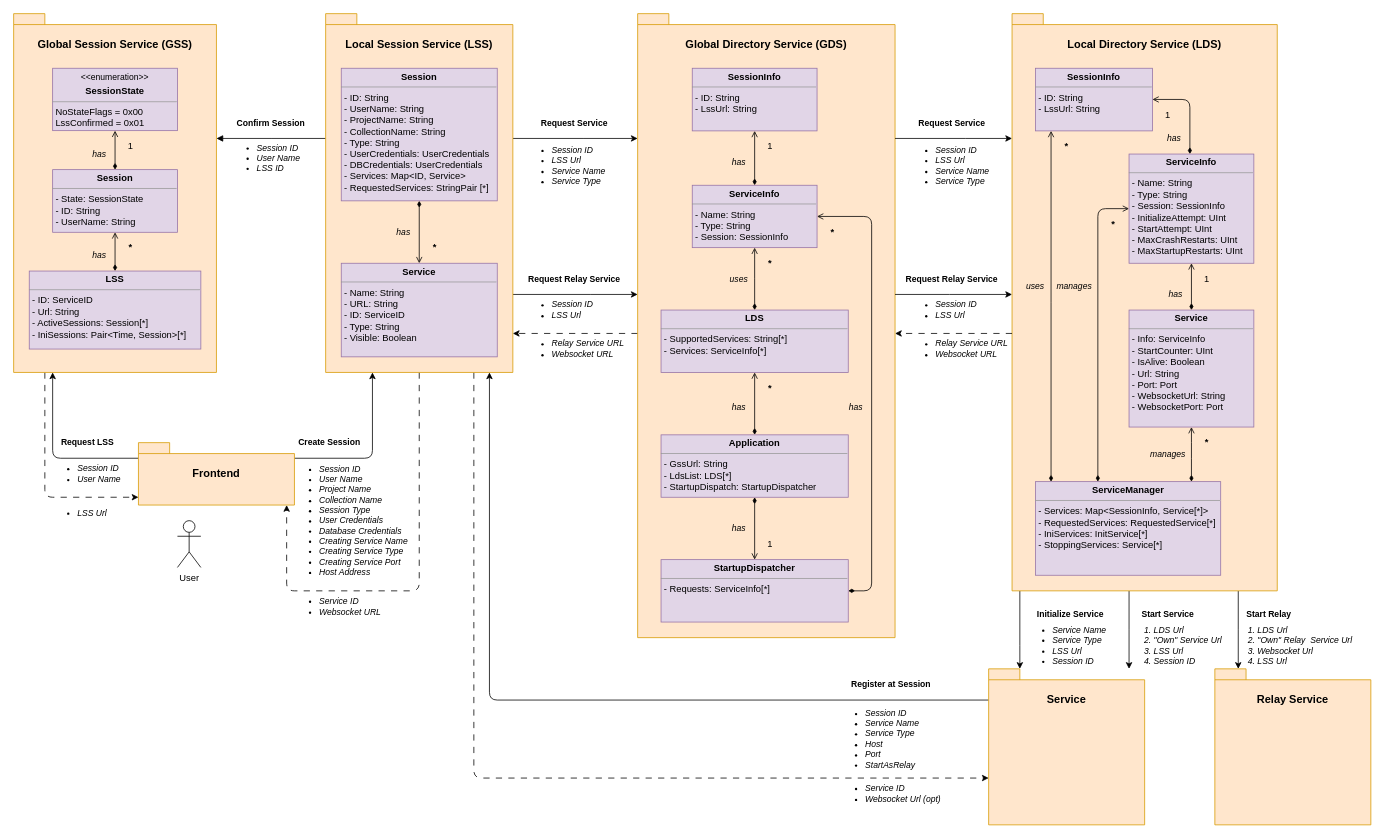
This is Documentation/Developer/general_concepts/images/ServiceInfromationOverview.drawio from OT-OpenTwin/OpenTwin, a draw.io file, before an edit. Source tidied: cells renumbered, new cells numbered last; positions are measured from the earlier drawing's top-left corner, leaving out a move shared by most shapes. Both pictures are drawn from the tidied source at 78%, with x=0, y=0 at pixel (13, 13).
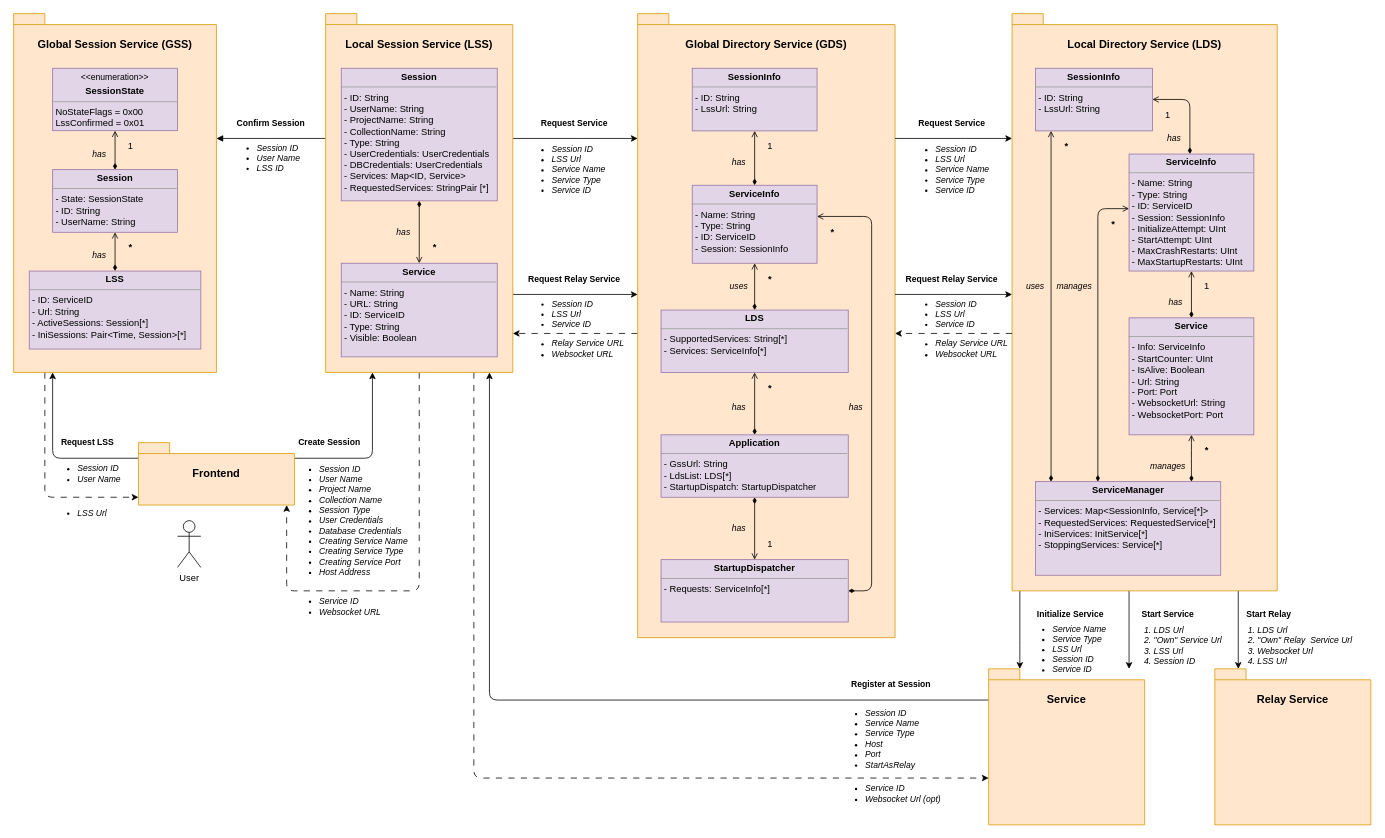
Above is the later version.

The change refers to these unchanged cells:
```xml
<mxCell id="16" value="&lt;h3&gt;Local Directory Service (LDS)&lt;/h3&gt;" style="shape=folder;fontStyle=1;spacingTop=10;tabWidth=40;tabHeight=14;tabPosition=left;html=1;whiteSpace=wrap;fillColor=#ffe6cc;strokeColor=#d79b00;align=center;verticalAlign=top;" parent="1" vertex="1">
  <mxGeometry x="1280" width="340" height="740" as="geometry" />
</mxCell>
<mxCell id="48" value="&lt;h3&gt;Global Directory Service (GDS)&lt;/h3&gt;" style="shape=folder;fontStyle=1;spacingTop=10;tabWidth=40;tabHeight=14;tabPosition=left;html=1;whiteSpace=wrap;fillColor=#ffe6cc;strokeColor=#d79b00;align=center;verticalAlign=top;" parent="1" vertex="1">
  <mxGeometry x="800" width="330" height="800" as="geometry" />
</mxCell>
```

Change to the diagram source:
```diff
@@
     <mxCell id="22" value="&lt;p style=&quot;margin:0px;margin-top:4px;text-align:center;&quot;&gt;&lt;b&gt;Service&lt;/b&gt;&lt;/p&gt;&lt;hr size=&quot;1&quot;&gt;&lt;p style=&quot;margin:0px;margin-left:4px;&quot;&gt;- Info: ServiceInfo&lt;/p&gt;&lt;p style=&quot;margin:0px;margin-left:4px;&quot;&gt;- StartCounter: UInt&lt;/p&gt;&lt;p style=&quot;margin:0px;margin-left:4px;&quot;&gt;- IsAlive: Boolean&lt;/p&gt;&lt;p style=&quot;margin:0px;margin-left:4px;&quot;&gt;- Url: String&lt;/p&gt;&lt;p style=&quot;margin:0px;margin-left:4px;&quot;&gt;- Port: Port&lt;/p&gt;&lt;p style=&quot;margin:0px;margin-left:4px;&quot;&gt;- WebsocketUrl: String&lt;/p&gt;&lt;p style=&quot;margin:0px;margin-left:4px;&quot;&gt;- WebsocketPort: Port&lt;/p&gt;" style="verticalAlign=top;align=left;overflow=fill;fontSize=12;fontFamily=Helvetica;html=1;fillColor=#e1d5e7;strokeColor=#9673a6;" parent="16" vertex="1">
-      <mxGeometry x="150" y="380" width="160" height="150" as="geometry" />
+      <mxGeometry x="150" y="390" width="160" height="150" as="geometry" />
     </mxCell>
@@
-    <mxCell id="25" value="&lt;p style=&quot;margin:0px;margin-top:4px;text-align:center;&quot;&gt;&lt;b&gt;ServiceInfo&lt;/b&gt;&lt;/p&gt;&lt;hr size=&quot;1&quot;&gt;&lt;p style=&quot;margin:0px;margin-left:4px;&quot;&gt;- Name: String&lt;/p&gt;&lt;p style=&quot;margin:0px;margin-left:4px;&quot;&gt;- Type: String&lt;/p&gt;&lt;p style=&quot;margin:0px;margin-left:4px;&quot;&gt;- Session: SessionInfo&lt;/p&gt;&lt;p style=&quot;margin:0px;margin-left:4px;&quot;&gt;- InitializeAttempt: UInt&lt;/p&gt;&lt;p style=&quot;margin:0px;margin-left:4px;&quot;&gt;- StartAttempt: UInt&lt;/p&gt;&lt;p style=&quot;margin:0px;margin-left:4px;&quot;&gt;- MaxCrashRestarts: UInt&lt;/p&gt;&lt;p style=&quot;margin:0px;margin-left:4px;&quot;&gt;- MaxStartupRestarts: UInt&lt;/p&gt;" style="verticalAlign=top;align=left;overflow=fill;fontSize=12;fontFamily=Helvetica;html=1;fillColor=#e1d5e7;strokeColor=#9673a6;" parent="16" vertex="1">
-      <mxGeometry x="150" y="180" width="160" height="140" as="geometry" />
+    <mxCell id="25" value="&lt;p style=&quot;margin:0px;margin-top:4px;text-align:center;&quot;&gt;&lt;b&gt;ServiceInfo&lt;/b&gt;&lt;/p&gt;&lt;hr size=&quot;1&quot;&gt;&lt;p style=&quot;margin:0px;margin-left:4px;&quot;&gt;- Name: String&lt;/p&gt;&lt;p style=&quot;margin:0px;margin-left:4px;&quot;&gt;- Type: String&lt;/p&gt;&lt;p style=&quot;margin:0px;margin-left:4px;&quot;&gt;- ID: ServiceID&lt;/p&gt;&lt;p style=&quot;margin:0px;margin-left:4px;&quot;&gt;- Session: SessionInfo&lt;/p&gt;&lt;p style=&quot;margin:0px;margin-left:4px;&quot;&gt;- InitializeAttempt: UInt&lt;/p&gt;&lt;p style=&quot;margin:0px;margin-left:4px;&quot;&gt;- StartAttempt: UInt&lt;/p&gt;&lt;p style=&quot;margin:0px;margin-left:4px;&quot;&gt;- MaxCrashRestarts: UInt&lt;/p&gt;&lt;p style=&quot;margin:0px;margin-left:4px;&quot;&gt;- MaxStartupRestarts: UInt&lt;/p&gt;" style="verticalAlign=top;align=left;overflow=fill;fontSize=12;fontFamily=Helvetica;html=1;fillColor=#e1d5e7;strokeColor=#9673a6;" parent="16" vertex="1">
+      <mxGeometry x="150" y="180" width="160" height="150" as="geometry" />
     </mxCell>
@@
     <mxCell id="30" value="*" style="text;html=1;align=center;verticalAlign=middle;whiteSpace=wrap;rounded=0;fontStyle=1;" parent="16" vertex="1">
-      <mxGeometry x="230" y="530" width="40" height="40" as="geometry" />
+      <mxGeometry x="230" y="540" width="40" height="40" as="geometry" />
     </mxCell>
     <mxCell id="31" value="manages" style="text;html=1;align=center;verticalAlign=middle;whiteSpace=wrap;rounded=0;fontStyle=2;fontSize=11;" parent="16" vertex="1">
-      <mxGeometry x="170" y="545" width="60" height="40" as="geometry" />
+      <mxGeometry x="170" y="560" width="60" height="40" as="geometry" />
     </mxCell>
@@
     <mxCell id="34" value="1" style="text;html=1;align=center;verticalAlign=middle;whiteSpace=wrap;rounded=0;" parent="16" vertex="1">
-      <mxGeometry x="230" y="320" width="40" height="40" as="geometry" />
+      <mxGeometry x="230" y="330" width="40" height="40" as="geometry" />
     </mxCell>
     <mxCell id="35" value="has" style="text;html=1;align=center;verticalAlign=middle;whiteSpace=wrap;rounded=0;fontStyle=2;fontSize=11;" parent="16" vertex="1">
-      <mxGeometry x="190" y="340" width="40" height="40" as="geometry" />
+      <mxGeometry x="190" y="350" width="40" height="40" as="geometry" />
     </mxCell>
@@
-    <mxCell id="50" value="&lt;p style=&quot;margin:0px;margin-top:4px;text-align:center;&quot;&gt;&lt;b&gt;ServiceInfo&lt;/b&gt;&lt;/p&gt;&lt;hr size=&quot;1&quot;&gt;&lt;p style=&quot;margin:0px;margin-left:4px;&quot;&gt;- Name: String&lt;/p&gt;&lt;p style=&quot;margin:0px;margin-left:4px;&quot;&gt;- Type: String&lt;/p&gt;&lt;p style=&quot;margin:0px;margin-left:4px;&quot;&gt;- Session: SessionInfo&lt;/p&gt;" style="verticalAlign=top;align=left;overflow=fill;fontSize=12;fontFamily=Helvetica;html=1;fillColor=#e1d5e7;strokeColor=#9673a6;" parent="48" vertex="1">
-      <mxGeometry x="70" y="220" width="160" height="80" as="geometry" />
+    <mxCell id="50" value="&lt;p style=&quot;margin:0px;margin-top:4px;text-align:center;&quot;&gt;&lt;b&gt;ServiceInfo&lt;/b&gt;&lt;/p&gt;&lt;hr size=&quot;1&quot;&gt;&lt;p style=&quot;margin:0px;margin-left:4px;&quot;&gt;- Name: String&lt;/p&gt;&lt;p style=&quot;margin:0px;margin-left:4px;&quot;&gt;- Type: String&lt;/p&gt;&lt;p style=&quot;margin:0px;margin-left:4px;&quot;&gt;- ID: ServiceID&lt;/p&gt;&lt;p style=&quot;margin:0px;margin-left:4px;&quot;&gt;- Session: SessionInfo&lt;/p&gt;" style="verticalAlign=top;align=left;overflow=fill;fontSize=12;fontFamily=Helvetica;html=1;fillColor=#e1d5e7;strokeColor=#9673a6;" parent="48" vertex="1">
+      <mxGeometry x="70" y="220" width="160" height="100" as="geometry" />
     </mxCell>
@@
     <mxCell id="63" value="uses" style="text;html=1;align=center;verticalAlign=middle;whiteSpace=wrap;rounded=0;fontStyle=2;fontSize=11;" parent="48" vertex="1">
-      <mxGeometry x="110" y="320" width="40" height="40" as="geometry" />
+      <mxGeometry x="110" y="330" width="40" height="40" as="geometry" />
     </mxCell>
     <mxCell id="64" value="*" style="text;html=1;align=center;verticalAlign=middle;whiteSpace=wrap;rounded=0;fontStyle=1;" parent="48" vertex="1">
-      <mxGeometry x="150" y="300" width="40" height="40" as="geometry" />
+      <mxGeometry x="150" y="320" width="40" height="40" as="geometry" />
     </mxCell>
@@
-    <mxCell id="79" value="&lt;ul&gt;&lt;li&gt;Session ID&lt;/li&gt;&lt;li style=&quot;&quot;&gt;LSS Url&lt;/li&gt;&lt;li style=&quot;&quot;&gt;Service Name&lt;/li&gt;&lt;li style=&quot;&quot;&gt;Service Type&lt;/li&gt;&lt;/ul&gt;" style="text;html=1;align=left;verticalAlign=middle;whiteSpace=wrap;rounded=0;fontStyle=2;fontSize=11;" parent="1" vertex="1">
-      <mxGeometry x="647.5" y="160" width="115" height="70" as="geometry" />
+    <mxCell id="79" value="&lt;ul&gt;&lt;li&gt;Session ID&lt;/li&gt;&lt;li style=&quot;&quot;&gt;LSS Url&lt;/li&gt;&lt;li style=&quot;&quot;&gt;Service Name&lt;/li&gt;&lt;li style=&quot;&quot;&gt;Service Type&lt;/li&gt;&lt;li style=&quot;&quot;&gt;Service ID&lt;/li&gt;&lt;/ul&gt;" style="text;html=1;align=left;verticalAlign=middle;whiteSpace=wrap;rounded=0;fontStyle=2;fontSize=11;" parent="1" vertex="1">
+      <mxGeometry x="647.5" y="160" width="115" height="80" as="geometry" />
     </mxCell>
@@
-    <mxCell id="81" value="&lt;ul&gt;&lt;li&gt;Session ID&lt;/li&gt;&lt;li style=&quot;&quot;&gt;LSS Url&lt;/li&gt;&lt;/ul&gt;" style="text;html=1;align=left;verticalAlign=middle;whiteSpace=wrap;rounded=0;fontStyle=2;fontSize=11;" parent="1" vertex="1">
-      <mxGeometry x="647.5" y="360" width="115" height="40" as="geometry" />
+    <mxCell id="81" value="&lt;ul&gt;&lt;li&gt;Session ID&lt;/li&gt;&lt;li style=&quot;&quot;&gt;LSS Url&lt;/li&gt;&lt;li style=&quot;&quot;&gt;Service ID&lt;/li&gt;&lt;/ul&gt;" style="text;html=1;align=left;verticalAlign=middle;whiteSpace=wrap;rounded=0;fontStyle=2;fontSize=11;" parent="1" vertex="1">
+      <mxGeometry x="647.5" y="360" width="115" height="50" as="geometry" />
     </mxCell>
@@
-    <mxCell id="91" value="&lt;ul&gt;&lt;li&gt;Session ID&lt;/li&gt;&lt;li style=&quot;&quot;&gt;LSS Url&lt;/li&gt;&lt;li style=&quot;&quot;&gt;Service Name&lt;/li&gt;&lt;li style=&quot;&quot;&gt;Service Type&lt;/li&gt;&lt;/ul&gt;" style="text;html=1;align=left;verticalAlign=middle;whiteSpace=wrap;rounded=0;fontStyle=2;fontSize=11;" parent="1" vertex="1">
-      <mxGeometry x="1140" y="160" width="115" height="70" as="geometry" />
+    <mxCell id="91" value="&lt;ul&gt;&lt;li&gt;Session ID&lt;/li&gt;&lt;li style=&quot;&quot;&gt;LSS Url&lt;/li&gt;&lt;li style=&quot;&quot;&gt;Service Name&lt;/li&gt;&lt;li style=&quot;&quot;&gt;Service Type&lt;/li&gt;&lt;li style=&quot;&quot;&gt;Service ID&lt;/li&gt;&lt;/ul&gt;" style="text;html=1;align=left;verticalAlign=middle;whiteSpace=wrap;rounded=0;fontStyle=2;fontSize=11;" parent="1" vertex="1">
+      <mxGeometry x="1140" y="160" width="115" height="80" as="geometry" />
     </mxCell>
@@
-    <mxCell id="93" value="&lt;ul&gt;&lt;li&gt;Session ID&lt;/li&gt;&lt;li style=&quot;&quot;&gt;LSS Url&lt;/li&gt;&lt;/ul&gt;" style="text;html=1;align=left;verticalAlign=middle;whiteSpace=wrap;rounded=0;fontStyle=2;fontSize=11;" parent="1" vertex="1">
-      <mxGeometry x="1140" y="360" width="115" height="40" as="geometry" />
+    <mxCell id="93" value="&lt;ul&gt;&lt;li&gt;Session ID&lt;/li&gt;&lt;li style=&quot;&quot;&gt;LSS Url&lt;/li&gt;&lt;li style=&quot;&quot;&gt;Service ID&lt;/li&gt;&lt;/ul&gt;" style="text;html=1;align=left;verticalAlign=middle;whiteSpace=wrap;rounded=0;fontStyle=2;fontSize=11;" parent="1" vertex="1">
+      <mxGeometry x="1140" y="360" width="115" height="50" as="geometry" />
     </mxCell>
@@
-    <mxCell id="102" value="&lt;ul&gt;&lt;li&gt;Service Name&lt;/li&gt;&lt;li&gt;Service Type&lt;/li&gt;&lt;li&gt;LSS Url&lt;/li&gt;&lt;li&gt;Session ID&lt;/li&gt;&lt;/ul&gt;" style="text;html=1;align=left;verticalAlign=middle;whiteSpace=wrap;rounded=0;fontStyle=2;fontSize=11;" parent="1" vertex="1">
-      <mxGeometry x="1290" y="790" width="115" height="40" as="geometry" />
+    <mxCell id="102" value="&lt;ul&gt;&lt;li&gt;Service Name&lt;/li&gt;&lt;li&gt;Service Type&lt;/li&gt;&lt;li&gt;LSS Url&lt;/li&gt;&lt;li&gt;Session ID&lt;/li&gt;&lt;li&gt;Service ID&lt;/li&gt;&lt;/ul&gt;" style="text;html=1;align=left;verticalAlign=middle;whiteSpace=wrap;rounded=0;fontStyle=2;fontSize=11;" parent="1" vertex="1">
+      <mxGeometry x="1290" y="780" width="115" height="70" as="geometry" />
     </mxCell>
```
